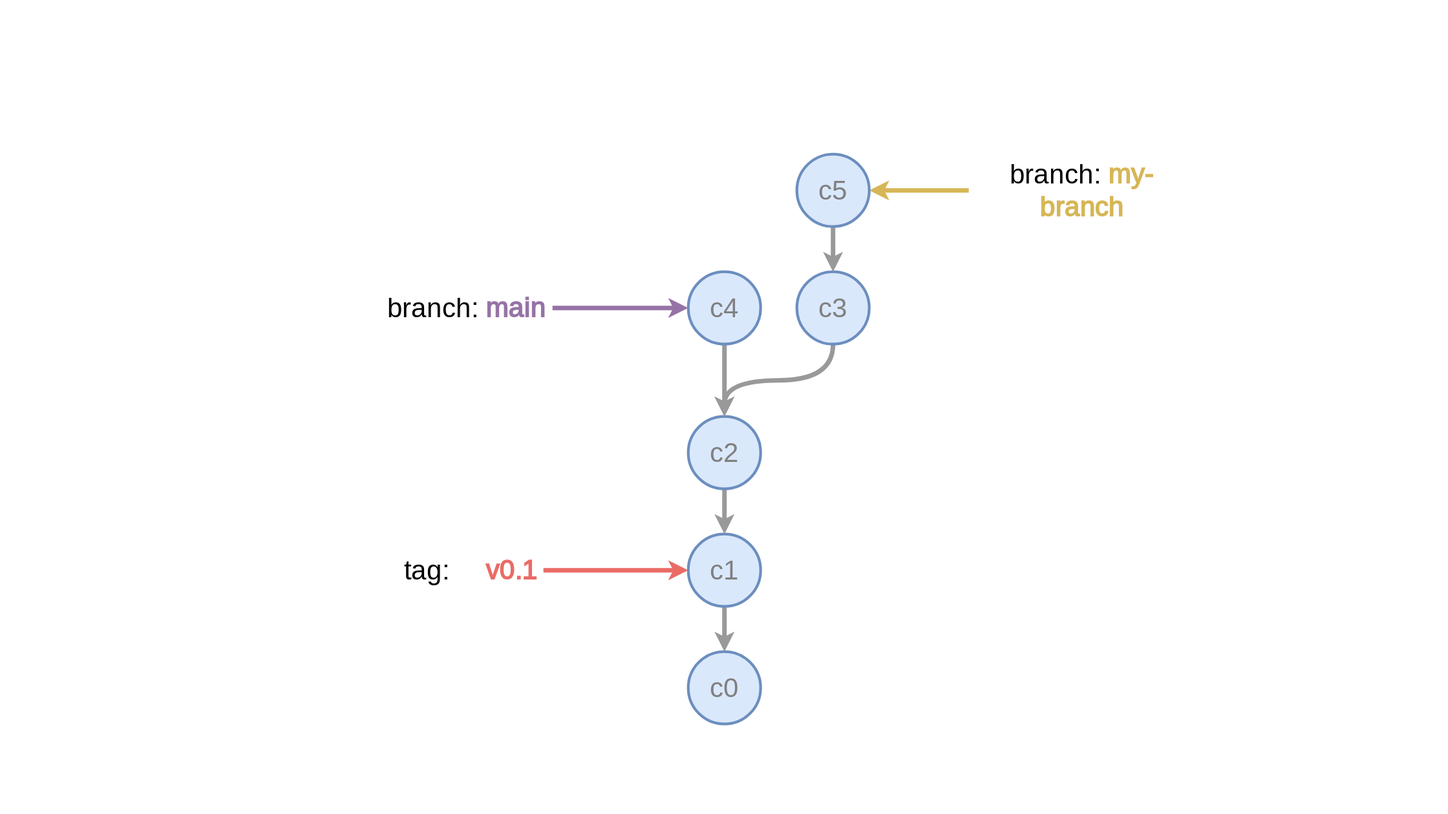
Above: public/tags-and-branches-branch-2.svg in tvannoy/intro-to-git (draw.io), before the change. Source tidied: cells renumbered, new cells last; positions are measured from the earlier drawing's top-left corner, leaving out a move shared by most shapes.
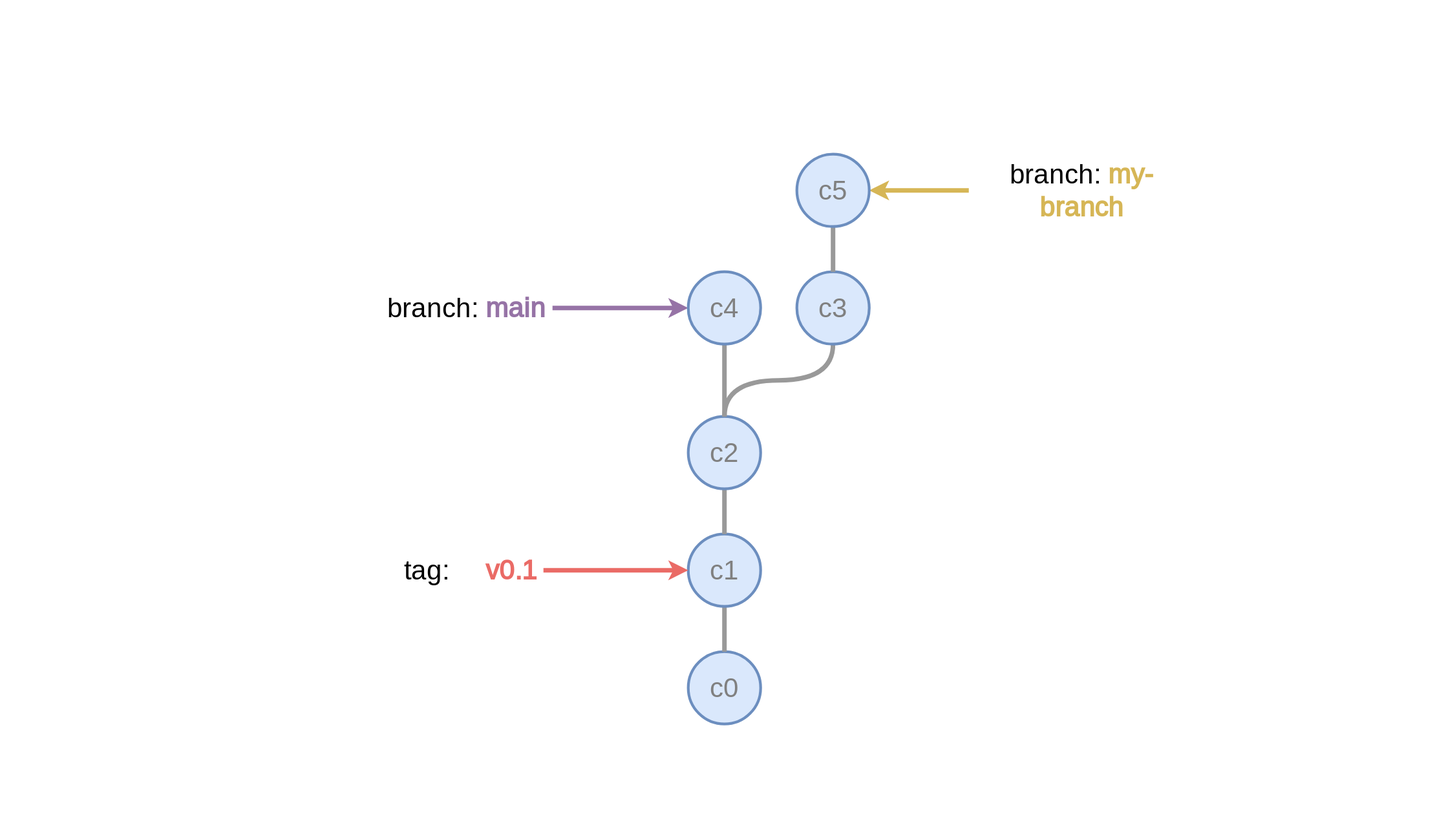
After the change.

Change to the diagram source:
```diff
@@ -5,13 +5,13 @@
     <mxCell id="2" value="c0" style="ellipse;whiteSpace=wrap;html=1;fillColor=#dae8fc;strokeColor=#6c8ebf;strokeWidth=3;fontSize=30;fontFamily=Source Sans Pro;fontSource=https%3A%2F%2Ffonts.googleapis.com%2Fcss%3Ffamily%3DSource%2BSans%2BPro;fontColor=#808080;" parent="1" vertex="1">
       <mxGeometry x="340" y="550" width="80" height="80" as="geometry" />
     </mxCell>
-    <mxCell id="3" style="edgeStyle=orthogonalEdgeStyle;curved=1;jettySize=auto;html=1;exitX=0.5;exitY=1;exitDx=0;exitDy=0;entryX=0.5;entryY=0;entryDx=0;entryDy=0;strokeColor=#999999;strokeWidth=5;fontFamily=Source Sans Pro;fontSource=https%3A%2F%2Ffonts.googleapis.com%2Fcss%3Ffamily%3DSource%2BSans%2BPro;fontSize=50;" parent="1" edge="1" source="4" target="2">
+    <mxCell id="3" style="edgeStyle=orthogonalEdgeStyle;curved=1;jettySize=auto;html=1;exitX=0.5;exitY=1;exitDx=0;exitDy=0;entryX=0.5;entryY=0;entryDx=0;entryDy=0;strokeColor=#999999;strokeWidth=5;fontFamily=Source Sans Pro;fontSource=https%3A%2F%2Ffonts.googleapis.com%2Fcss%3Ffamily%3DSource%2BSans%2BPro;fontSize=50;endArrow=none;endFill=0;" parent="1" edge="1" source="4" target="2">
       <mxGeometry relative="1" as="geometry" />
     </mxCell>
     <mxCell id="4" value="&lt;span style=&quot;color: rgb(128, 128, 128); font-family: &amp;quot;Source Sans Pro&amp;quot;; font-size: 30px;&quot;&gt;c1&lt;/span&gt;" style="ellipse;whiteSpace=wrap;html=1;fillColor=#dae8fc;strokeColor=#6c8ebf;strokeWidth=3;fontSize=12;fontFamily=Helvetica;fontSource=https%3A%2F%2Ffonts.googleapis.com%2Fcss%3Ffamily%3DSource%2BSans%2BPro;" parent="1" vertex="1">
       <mxGeometry x="340" y="420" width="80" height="80" as="geometry" />
     </mxCell>
-    <mxCell id="5" style="edgeStyle=orthogonalEdgeStyle;curved=1;jettySize=auto;html=1;exitX=0.5;exitY=1;exitDx=0;exitDy=0;entryX=0.5;entryY=0;entryDx=0;entryDy=0;strokeColor=#999999;strokeWidth=5;fontFamily=Source Sans Pro;fontSource=https%3A%2F%2Ffonts.googleapis.com%2Fcss%3Ffamily%3DSource%2BSans%2BPro;fontSize=50;" parent="1" edge="1" source="6" target="4">
+    <mxCell id="5" style="edgeStyle=orthogonalEdgeStyle;curved=1;jettySize=auto;html=1;exitX=0.5;exitY=1;exitDx=0;exitDy=0;entryX=0.5;entryY=0;entryDx=0;entryDy=0;strokeColor=#999999;strokeWidth=5;fontFamily=Source Sans Pro;fontSource=https%3A%2F%2Ffonts.googleapis.com%2Fcss%3Ffamily%3DSource%2BSans%2BPro;fontSize=50;endArrow=none;endFill=0;" parent="1" edge="1" source="6" target="4">
       <mxGeometry relative="1" as="geometry" />
     </mxCell>
     <mxCell id="6" value="&lt;span style=&quot;color: rgb(128, 128, 128); font-family: &amp;quot;Source Sans Pro&amp;quot;; font-size: 30px;&quot;&gt;c2&lt;/span&gt;" style="ellipse;whiteSpace=wrap;html=1;fillColor=#dae8fc;strokeColor=#6c8ebf;strokeWidth=3;" parent="1" vertex="1">
@@ -23,7 +23,7 @@
     <mxCell id="8" value="&lt;span style=&quot;font-weight: normal;&quot;&gt;&lt;font color=&quot;#000000&quot;&gt;branch:&lt;/font&gt; &lt;/span&gt;main" style="text;html=1;strokeColor=none;fillColor=none;align=center;verticalAlign=middle;whiteSpace=wrap;rounded=0;strokeWidth=6;fontFamily=Source Sans Pro;fontSource=https%3A%2F%2Ffonts.googleapis.com%2Fcss%3Ffamily%3DSource%2BSans%2BPro;fontSize=30;fontColor=#9673A6;fontStyle=1;" parent="1" vertex="1">
       <mxGeometry y="155" width="190" height="30" as="geometry" />
     </mxCell>
-    <mxCell id="9" style="edgeStyle=orthogonalEdgeStyle;curved=1;jettySize=auto;html=1;exitX=0.5;exitY=1;exitDx=0;exitDy=0;entryX=0.5;entryY=0;entryDx=0;entryDy=0;strokeColor=#999999;strokeWidth=5;fontFamily=Source Sans Pro;fontSource=https%3A%2F%2Ffonts.googleapis.com%2Fcss%3Ffamily%3DSource%2BSans%2BPro;fontSize=30;fontColor=#000000;" parent="1" edge="1" source="10" target="6">
+    <mxCell id="9" style="edgeStyle=orthogonalEdgeStyle;curved=1;jettySize=auto;html=1;exitX=0.5;exitY=1;exitDx=0;exitDy=0;entryX=0.5;entryY=0;entryDx=0;entryDy=0;strokeColor=#999999;strokeWidth=5;fontFamily=Source Sans Pro;fontSource=https%3A%2F%2Ffonts.googleapis.com%2Fcss%3Ffamily%3DSource%2BSans%2BPro;fontSize=30;fontColor=#000000;endArrow=none;endFill=0;" parent="1" edge="1" source="10" target="6">
       <mxGeometry relative="1" as="geometry" />
     </mxCell>
     <mxCell id="10" value="&lt;span style=&quot;color: rgb(128, 128, 128); font-family: &amp;quot;Source Sans Pro&amp;quot;; font-size: 30px;&quot;&gt;c3&lt;/span&gt;" style="ellipse;whiteSpace=wrap;html=1;fillColor=#dae8fc;strokeColor=#6c8ebf;strokeWidth=3;" parent="1" vertex="1">
@@ -35,13 +35,13 @@
     <mxCell id="12" value="&lt;font style=&quot;font-weight: normal;&quot; color=&quot;#000000&quot;&gt;branch:&lt;/font&gt;&amp;nbsp;&lt;font color=&quot;#d6b656&quot;&gt;my-branch&lt;/font&gt;" style="text;html=1;strokeColor=none;fillColor=none;align=center;verticalAlign=middle;whiteSpace=wrap;rounded=0;strokeWidth=6;fontFamily=Source Sans Pro;fontSource=https%3A%2F%2Ffonts.googleapis.com%2Fcss%3Ffamily%3DSource%2BSans%2BPro;fontSize=30;fontColor=#9673A6;fontStyle=1;" parent="1" vertex="1">
       <mxGeometry x="650" y="25" width="250" height="30" as="geometry" />
     </mxCell>
-    <mxCell id="13" style="edgeStyle=orthogonalEdgeStyle;curved=1;jettySize=auto;html=1;exitX=0.5;exitY=1;exitDx=0;exitDy=0;strokeColor=#999999;strokeWidth=5;fontFamily=Source Sans Pro;fontSource=https%3A%2F%2Ffonts.googleapis.com%2Fcss%3Ffamily%3DSource%2BSans%2BPro;fontSize=30;fontColor=#D6B656;" parent="1" edge="1" source="14" target="6">
+    <mxCell id="13" style="edgeStyle=orthogonalEdgeStyle;curved=1;jettySize=auto;html=1;exitX=0.5;exitY=1;exitDx=0;exitDy=0;strokeColor=#999999;strokeWidth=5;fontFamily=Source Sans Pro;fontSource=https%3A%2F%2Ffonts.googleapis.com%2Fcss%3Ffamily%3DSource%2BSans%2BPro;fontSize=30;fontColor=#D6B656;endArrow=none;endFill=0;" parent="1" edge="1" source="14" target="6">
       <mxGeometry relative="1" as="geometry" />
     </mxCell>
     <mxCell id="14" value="&lt;span style=&quot;color: rgb(128, 128, 128); font-family: &amp;quot;Source Sans Pro&amp;quot;; font-size: 30px;&quot;&gt;c4&lt;/span&gt;" style="ellipse;whiteSpace=wrap;html=1;fillColor=#dae8fc;strokeColor=#6c8ebf;strokeWidth=3;" parent="1" vertex="1">
       <mxGeometry x="340" y="130" width="80" height="80" as="geometry" />
     </mxCell>
-    <mxCell id="15" style="edgeStyle=orthogonalEdgeStyle;curved=1;jettySize=auto;html=1;exitX=0.5;exitY=1;exitDx=0;exitDy=0;entryX=0.5;entryY=0;entryDx=0;entryDy=0;strokeColor=#999999;strokeWidth=5;fontFamily=Source Sans Pro;fontSource=https%3A%2F%2Ffonts.googleapis.com%2Fcss%3Ffamily%3DSource%2BSans%2BPro;fontSize=30;fontColor=#D6B656;" parent="1" edge="1" source="16" target="10">
+    <mxCell id="15" style="edgeStyle=orthogonalEdgeStyle;curved=1;jettySize=auto;html=1;exitX=0.5;exitY=1;exitDx=0;exitDy=0;entryX=0.5;entryY=0;entryDx=0;entryDy=0;strokeColor=#999999;strokeWidth=5;fontFamily=Source Sans Pro;fontSource=https%3A%2F%2Ffonts.googleapis.com%2Fcss%3Ffamily%3DSource%2BSans%2BPro;fontSize=30;fontColor=#D6B656;endArrow=none;endFill=0;" parent="1" edge="1" source="16" target="10">
       <mxGeometry relative="1" as="geometry" />
     </mxCell>
     <mxCell id="16" value="&lt;span style=&quot;color: rgb(128, 128, 128); font-family: &amp;quot;Source Sans Pro&amp;quot;; font-size: 30px;&quot;&gt;c5&lt;/span&gt;" style="ellipse;whiteSpace=wrap;html=1;fillColor=#dae8fc;strokeColor=#6c8ebf;strokeWidth=3;" parent="1" vertex="1">
```
